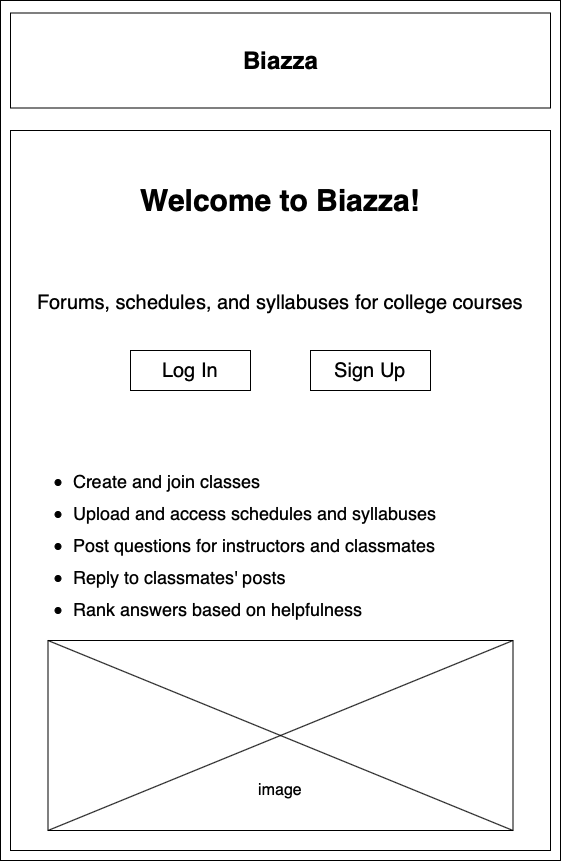
The draw.io diagram ux-design/Wireframe-Hompage-not-logged-in.png in software-assignments-spring2021/spring-2020-basic-thunder, before a commit. Source tidied: cells renumbered, new cells last; positions are measured from the earlier drawing's top-left corner, leaving out a move shared by most shapes. The source it was exported from:
```xml
<mxGraphModel>
  <root>
    <mxCell id="0" />
    <mxCell id="1" parent="0" />
    <mxCell id="2" style="rounded=0;whiteSpace=wrap;html=1;" parent="1" vertex="1">
      <mxGeometry width="560" height="860" as="geometry" />
    </mxCell>
    <mxCell id="3" style="rounded=0;whiteSpace=wrap;html=1;" parent="1" vertex="1">
      <mxGeometry x="10" y="130" width="540" height="720" as="geometry" />
    </mxCell>
    <mxCell id="4" style="rounded=0;whiteSpace=wrap;html=1;" parent="1" vertex="1">
      <mxGeometry x="10" y="12.5" width="540" height="95" as="geometry" />
    </mxCell>
    <mxCell id="5" value="Biazza" style="text;strokeColor=none;fillColor=none;html=1;fontSize=24;fontStyle=1;verticalAlign=middle;align=center;" parent="1" vertex="1">
      <mxGeometry x="230" y="40" width="100" height="40" as="geometry" />
    </mxCell>
    <mxCell id="6" value="&lt;font style=&quot;font-size: 20px&quot;&gt;Log In&lt;/font&gt;" style="rounded=0;whiteSpace=wrap;html=1;" parent="1" vertex="1">
      <mxGeometry x="130" y="350" width="120" height="40" as="geometry" />
    </mxCell>
    <mxCell id="7" value="&lt;font style=&quot;font-size: 30px&quot;&gt;&lt;b&gt;Welcome to Biazza!&lt;/b&gt;&lt;/font&gt;" style="text;html=1;strokeColor=none;fillColor=none;align=center;verticalAlign=middle;whiteSpace=wrap;rounded=0;" parent="1" vertex="1">
      <mxGeometry x="95" y="190" width="370" height="20" as="geometry" />
    </mxCell>
    <mxCell id="8" value="&lt;font style=&quot;font-size: 20px&quot;&gt;Sign Up&lt;/font&gt;" style="rounded=0;whiteSpace=wrap;html=1;" parent="1" vertex="1">
      <mxGeometry x="310" y="350" width="120" height="40" as="geometry" />
    </mxCell>
    <mxCell id="9" style="rounded=0;whiteSpace=wrap;html=1;" parent="1" vertex="1">
      <mxGeometry x="47.5" y="640" width="465" height="190" as="geometry" />
    </mxCell>
    <mxCell id="10" style="endArrow=none;html=1;exitX=0;exitY=0;exitDx=0;exitDy=0;entryX=1;entryY=1;entryDx=0;entryDy=0;" parent="1" edge="1" source="9" target="9">
      <mxGeometry relative="1" as="geometry" />
    </mxCell>
    <mxCell id="11" style="endArrow=none;html=1;exitX=0;exitY=1;exitDx=0;exitDy=0;entryX=1;entryY=0;entryDx=0;entryDy=0;" parent="1" edge="1" source="9" target="9">
      <mxGeometry relative="1" as="geometry" />
    </mxCell>
    <mxCell id="12" value="&lt;font style=&quot;font-size: 20px&quot;&gt;&lt;br&gt;Forums, schedules, and syllabuses for college courses&lt;/font&gt;" style="text;html=1;strokeColor=none;fillColor=none;align=center;verticalAlign=middle;whiteSpace=wrap;rounded=0;" parent="1" vertex="1">
      <mxGeometry x="31.2" y="270" width="497.5" height="40" as="geometry" />
    </mxCell>
    <mxCell id="13" value="&lt;ul style=&quot;font-size: 18px ; line-height: 180%&quot;&gt;&lt;li&gt;Create and join classes&lt;/li&gt;&lt;li&gt;Upload and access schedules and syllabuses&lt;/li&gt;&lt;li&gt;Post questions for instructors and classmates&lt;/li&gt;&lt;li&gt;Reply to classmates' posts&lt;/li&gt;&lt;li&gt;Rank answers based on helpfulness&lt;/li&gt;&lt;/ul&gt;" style="text;html=1;strokeColor=none;fillColor=none;align=left;verticalAlign=middle;whiteSpace=wrap;rounded=0;" parent="1" vertex="1">
      <mxGeometry x="31.2" y="460" width="460" height="170" as="geometry" />
    </mxCell>
    <mxCell id="14" value="&lt;font style=&quot;font-size: 16px&quot;&gt;image&lt;/font&gt;" style="text;html=1;strokeColor=none;fillColor=none;align=center;verticalAlign=middle;whiteSpace=wrap;rounded=0;" parent="1" vertex="1">
      <mxGeometry x="260" y="780" width="40" height="20" as="geometry" />
    </mxCell>
  </root>
</mxGraphModel>
```
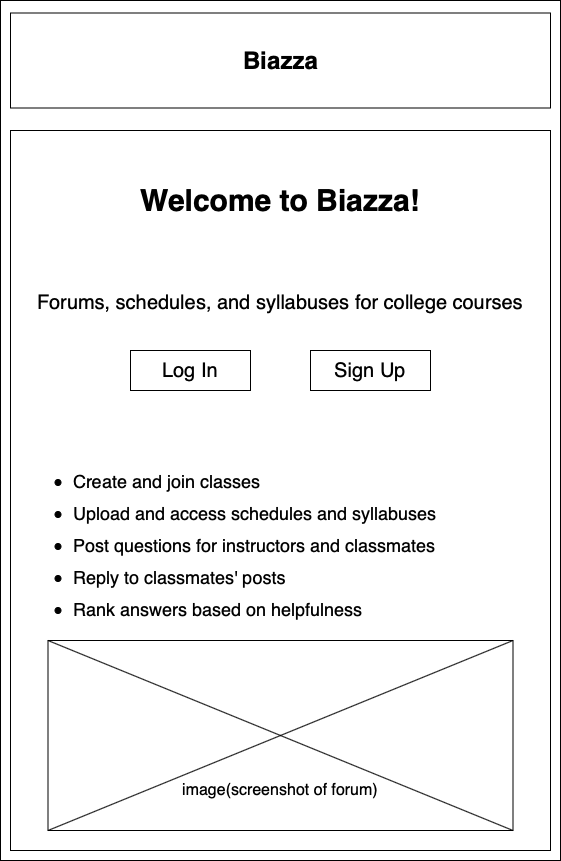
The same diagram one commit later.

Commit message:
updated homepage-not-logged-in

What changed in the source:
```diff
@@ -38,8 +38,8 @@
     <mxCell id="13" value="&lt;ul style=&quot;font-size: 18px ; line-height: 180%&quot;&gt;&lt;li&gt;Create and join classes&lt;/li&gt;&lt;li&gt;Upload and access schedules and syllabuses&lt;/li&gt;&lt;li&gt;Post questions for instructors and classmates&lt;/li&gt;&lt;li&gt;Reply to classmates' posts&lt;/li&gt;&lt;li&gt;Rank answers based on helpfulness&lt;/li&gt;&lt;/ul&gt;" style="text;html=1;strokeColor=none;fillColor=none;align=left;verticalAlign=middle;whiteSpace=wrap;rounded=0;" parent="1" vertex="1">
       <mxGeometry x="31.2" y="460" width="460" height="170" as="geometry" />
     </mxCell>
-    <mxCell id="14" value="&lt;font style=&quot;font-size: 16px&quot;&gt;image&lt;/font&gt;" style="text;html=1;strokeColor=none;fillColor=none;align=center;verticalAlign=middle;whiteSpace=wrap;rounded=0;" parent="1" vertex="1">
-      <mxGeometry x="260" y="780" width="40" height="20" as="geometry" />
+    <mxCell id="14" value="&lt;font style=&quot;font-size: 16px&quot;&gt;image(screenshot of forum)&lt;br&gt;&lt;/font&gt;" style="text;html=1;strokeColor=none;fillColor=none;align=center;verticalAlign=middle;whiteSpace=wrap;rounded=0;" parent="1" vertex="1">
+      <mxGeometry x="165" y="780" width="230" height="20" as="geometry" />
     </mxCell>
   </root>
 </mxGraphModel>
```
